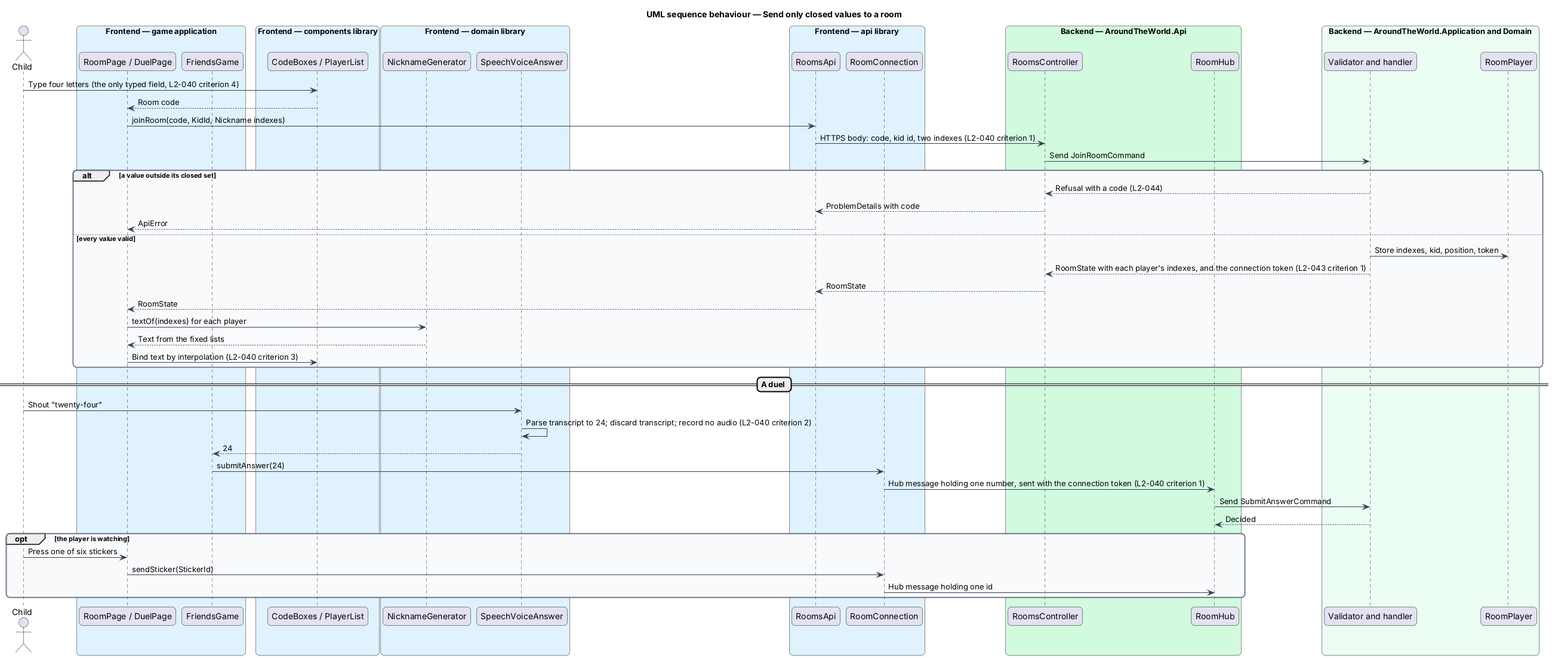
Before: docs/detailed-designs/platform/keep-children-safe/diagrams/sequence-send-closed-values.png, a diagram exported from PlantUML (QuinntyneBrown/around-the-world). Its source is kept beside it as docs/detailed-designs/platform/keep-children-safe/diagrams/sequence-send-closed-values.puml. Source of this version:
```plantuml
@startuml
title UML sequence behaviour — Send only closed values to a room
skinparam backgroundColor #FFFFFF
skinparam shadowing false
skinparam roundcorner 12
skinparam defaultFontName Arial
skinparam ArrowColor #344054
skinparam rectangle {
  BorderColor #344054
  FontColor #101828
}
skinparam package {
  BorderColor #667085
  FontColor #101828
  BackgroundColor #F9FAFB
}
actor "Child" as actor
box "Frontend — game application" #E0F2FE
  participant "RoomPage / DuelPage" as page
  participant "FriendsGame" as session
end box
box "Frontend — components library" #E0F2FE
  participant "CodeBoxes / PlayerList" as view
end box
box "Frontend — domain library" #E0F2FE
  participant "NicknameGenerator" as nick
  participant "SpeechVoiceAnswer" as voice
end box
box "Frontend — api library" #E0F2FE
  participant "RoomsApi" as rooms
  participant "RoomConnection" as conn
end box
box "Backend — AroundTheWorld.Api" #D1FADF
  participant "RoomsController" as controller
  participant "RoomHub" as hub
end box
box "Backend — AroundTheWorld.Application and Domain" #ECFDF3
  participant "Validator and handler" as handler
  participant "RoomPlayer" as player
end box
actor -> view : Type four letters (the only typed field, L2-040 criterion 4)
view --> page : Room code
page -> rooms : joinRoom(code, KidId, Nickname indexes)
rooms -> controller : HTTPS body: code, kid id, two indexes (L2-040 criterion 1)
controller -> handler : Send JoinRoomCommand
alt a value outside its closed set
  handler --> controller : Refusal with a code (L2-044)
  controller --> rooms : ProblemDetails with code
  rooms --> page : ApiError
else every value valid
  handler -> player : Store indexes, kid, position, token
  handler --> controller : RoomState with each player's indexes, and the connection token (L2-043 criterion 1)
  controller --> rooms : RoomState
  rooms --> page : RoomState
  page -> nick : textOf(indexes) for each player
  nick --> page : Text from the fixed lists
  page -> view : Bind text by interpolation (L2-040 criterion 3)
end
== A duel ==
actor -> voice : Shout "twenty-four"
voice -> voice : Parse transcript to 24; discard transcript; record no audio (L2-040 criterion 2)
voice --> session : 24
session -> conn : submitAnswer(24)
conn -> hub : Hub message holding one number, sent with the connection token (L2-040 criterion 1)
hub -> handler : Send SubmitAnswerCommand
handler --> hub : Decided
opt the player is watching
  actor -> page : Press one of six stickers
  page -> conn : sendSticker(StickerId)
  conn -> hub : Hub message holding one id
end
@enduml
```
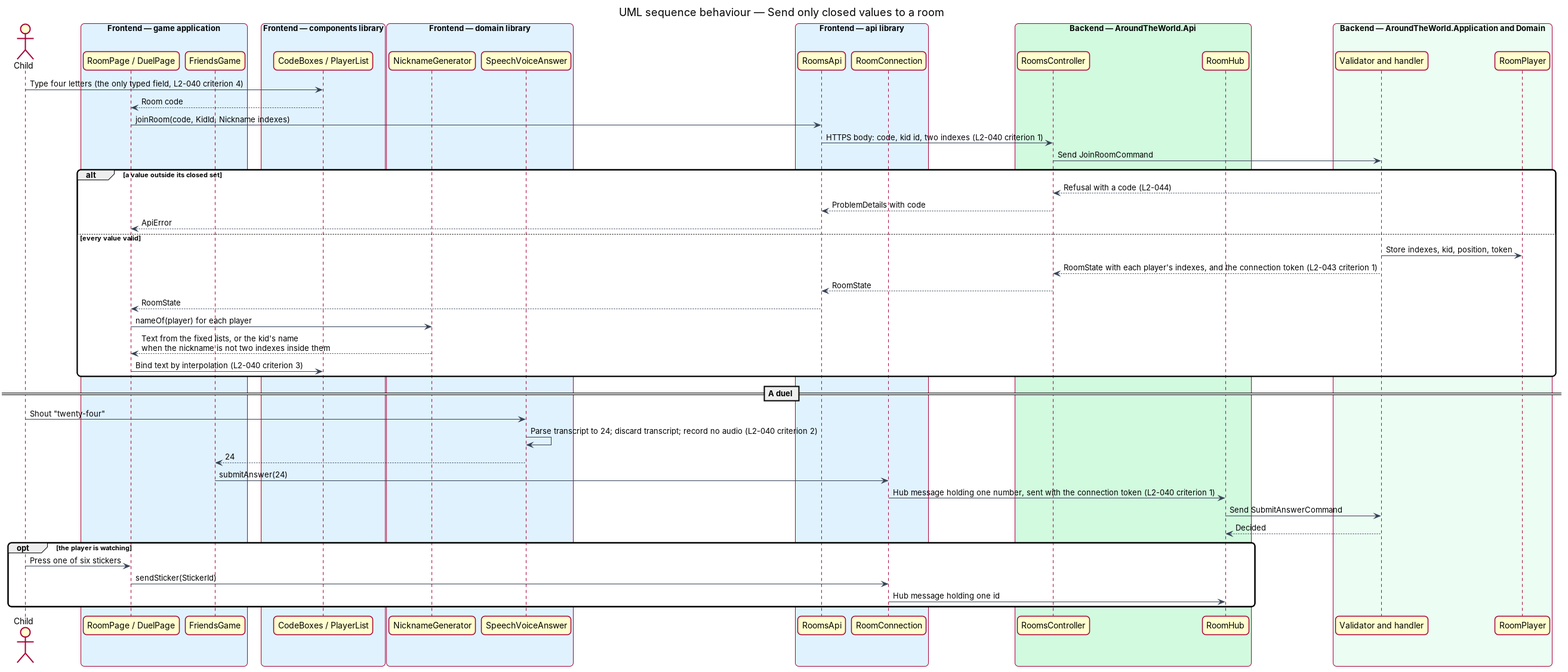
The same diagram one commit later.

Commit message:
Keep children safe: the policy, the nickname that cannot be built, the audits (ADR 0040)

What changed in the source:
```diff
@@ -52,8 +52,8 @@
   handler --> controller : RoomState with each player's indexes, and the connection token (L2-043 criterion 1)
   controller --> rooms : RoomState
   rooms --> page : RoomState
-  page -> nick : textOf(indexes) for each player
-  nick --> page : Text from the fixed lists
+  page -> nick : nameOf(player) for each player
+  nick --> page : Text from the fixed lists, or the kid's name\nwhen the nickname is not two indexes inside them
   page -> view : Bind text by interpolation (L2-040 criterion 3)
 end
 == A duel ==
```
